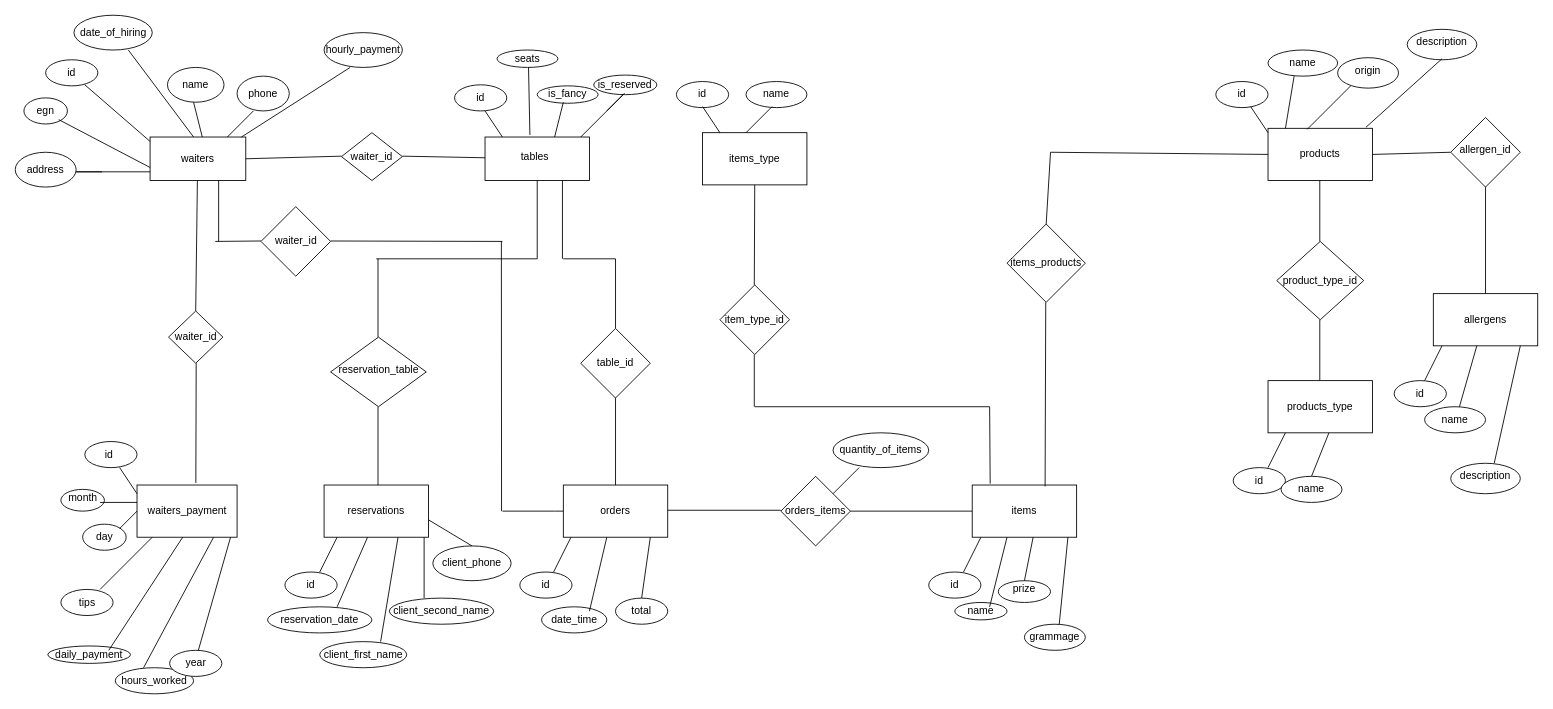
v-petrov/DBProject keeps this draw.io diagram as DBProject_ER.drawio. Above is the earlier version. Source tidied: cells renumbered, new cells numbered last; positions are measured from the earlier drawing's top-left corner, leaving out a move shared by most shapes. Both pictures are drawn from the tidied source at 87%, with x=0, y=0 at pixel (15, 15).
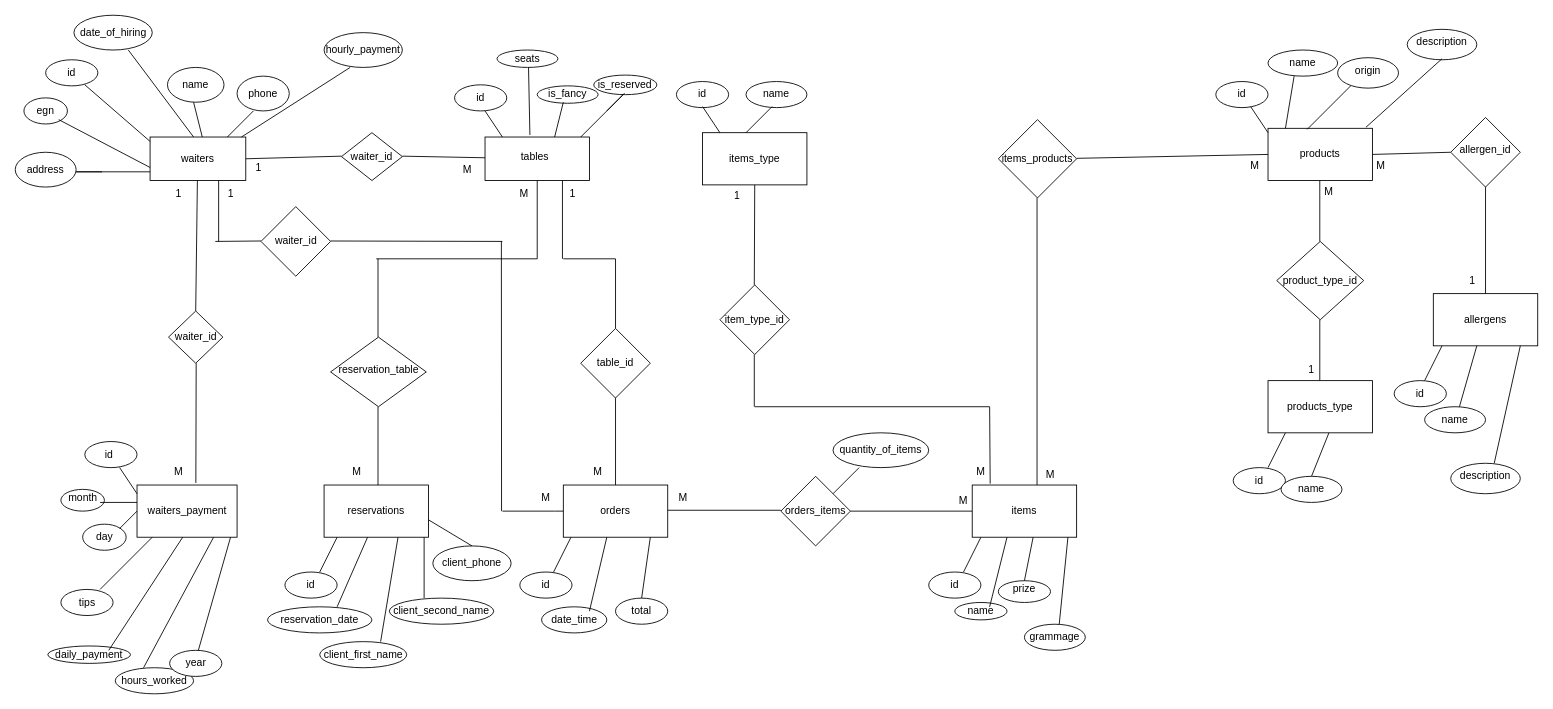
Above is the later version.

Unchanged cells that the change refers to:
```xml
<mxCell id="117" style="rounded=0;whiteSpace=wrap;html=1;" parent="1" vertex="1">
  <mxGeometry x="1100" y="540" width="120" height="60" as="geometry" />
</mxCell>
<mxCell id="152" style="rounded=0;whiteSpace=wrap;html=1;" parent="1" vertex="1">
  <mxGeometry x="1440" y="130" width="120" height="60" as="geometry" />
</mxCell>
```

Diff of the diagram source:
```diff
@@
     <mxCell id="154" style="rhombus;whiteSpace=wrap;html=1;" parent="1" vertex="1">
-      <mxGeometry x="1140" y="240" width="90" height="90" as="geometry" />
+      <mxGeometry x="1130" y="120" width="90" height="90" as="geometry" />
     </mxCell>
     <mxCell id="155" value="items_products" style="text;html=1;strokeColor=none;fillColor=none;align=center;verticalAlign=middle;whiteSpace=wrap;rounded=0;" parent="1" vertex="1">
-      <mxGeometry x="1155" y="270" width="60" height="30" as="geometry" />
+      <mxGeometry x="1145" y="150" width="60" height="30" as="geometry" />
     </mxCell>
-    <mxCell id="156" style="endArrow=none;html=1;rounded=0;exitX=0.698;exitY=0.027;exitDx=0;exitDy=0;exitPerimeter=0;" parent="1" edge="1" source="117">
-      <mxGeometry relative="1" as="geometry">
-        <mxPoint x="1184.5" y="330" as="targetPoint" />
-      </mxGeometry>
-    </mxCell>
-    <mxCell id="157" style="endArrow=none;html=1;rounded=0;exitX=0.5;exitY=0;exitDx=0;exitDy=0;" parent="1" edge="1" source="154">
-      <mxGeometry relative="1" as="geometry">
-        <mxPoint x="1190" y="157.5" as="targetPoint" />
-      </mxGeometry>
-    </mxCell>
-    <mxCell id="158" style="endArrow=none;html=1;rounded=0;entryX=0;entryY=0.5;entryDx=0;entryDy=0;" parent="1" edge="1" target="152">
-      <mxGeometry relative="1" as="geometry">
-        <mxPoint x="1190" y="157.5" as="sourcePoint" />
-      </mxGeometry>
-    </mxCell>
@@
+    <mxCell id="199" value="1" style="text;html=1;strokeColor=none;fillColor=none;align=center;verticalAlign=middle;whiteSpace=wrap;rounded=0;" parent="1" vertex="1">
+      <mxGeometry x="157.5" y="190" width="60" height="30" as="geometry" />
+    </mxCell>
+    <mxCell id="200" value="M" style="text;html=1;strokeColor=none;fillColor=none;align=center;verticalAlign=middle;whiteSpace=wrap;rounded=0;" parent="1" vertex="1">
+      <mxGeometry x="157.5" y="510" width="60" height="30" as="geometry" />
+    </mxCell>
+    <mxCell id="201" value="1" style="text;html=1;strokeColor=none;fillColor=none;align=center;verticalAlign=middle;whiteSpace=wrap;rounded=0;" parent="1" vertex="1">
+      <mxGeometry x="1645" y="290" width="60" height="30" as="geometry" />
+    </mxCell>
+    <mxCell id="202" value="M" style="text;html=1;strokeColor=none;fillColor=none;align=center;verticalAlign=middle;whiteSpace=wrap;rounded=0;" parent="1" vertex="1">
+      <mxGeometry x="1540" y="157.5" width="60" height="30" as="geometry" />
+    </mxCell>
+    <mxCell id="203" value="1" style="text;html=1;strokeColor=none;fillColor=none;align=center;verticalAlign=middle;whiteSpace=wrap;rounded=0;" parent="1" vertex="1">
+      <mxGeometry x="250" y="160" width="60" height="30" as="geometry" />
+    </mxCell>
+    <mxCell id="204" value="M" style="text;html=1;strokeColor=none;fillColor=none;align=center;verticalAlign=middle;whiteSpace=wrap;rounded=0;" parent="1" vertex="1">
+      <mxGeometry x="490" y="162.5" width="60" height="30" as="geometry" />
+    </mxCell>
+    <mxCell id="205" value="1" style="text;html=1;strokeColor=none;fillColor=none;align=center;verticalAlign=middle;whiteSpace=wrap;rounded=0;" parent="1" vertex="1">
+      <mxGeometry x="217.5" y="190" width="60" height="30" as="geometry" />
+    </mxCell>
+    <mxCell id="206" value="M" style="text;html=1;strokeColor=none;fillColor=none;align=center;verticalAlign=middle;whiteSpace=wrap;rounded=0;" parent="1" vertex="1">
+      <mxGeometry x="580" y="540" width="60" height="30" as="geometry" />
+    </mxCell>
+    <mxCell id="207" value="M" style="text;html=1;strokeColor=none;fillColor=none;align=center;verticalAlign=middle;whiteSpace=wrap;rounded=0;" parent="1" vertex="1">
+      <mxGeometry x="362.5" y="510" width="60" height="30" as="geometry" />
+    </mxCell>
+    <mxCell id="208" value="M" style="text;html=1;strokeColor=none;fillColor=none;align=center;verticalAlign=middle;whiteSpace=wrap;rounded=0;" parent="1" vertex="1">
+      <mxGeometry x="555" y="190" width="60" height="30" as="geometry" />
+    </mxCell>
+    <mxCell id="209" value="1" style="text;html=1;strokeColor=none;fillColor=none;align=center;verticalAlign=middle;whiteSpace=wrap;rounded=0;" parent="1" vertex="1">
+      <mxGeometry x="611.2" y="190" width="60" height="30" as="geometry" />
+    </mxCell>
+    <mxCell id="210" value="M" style="text;html=1;strokeColor=none;fillColor=none;align=center;verticalAlign=middle;whiteSpace=wrap;rounded=0;" parent="1" vertex="1">
+      <mxGeometry x="640" y="510" width="60" height="30" as="geometry" />
+    </mxCell>
+    <mxCell id="211" value="1" style="text;html=1;strokeColor=none;fillColor=none;align=center;verticalAlign=middle;whiteSpace=wrap;rounded=0;" parent="1" vertex="1">
+      <mxGeometry x="800" y="192.5" width="60" height="30" as="geometry" />
+    </mxCell>
+    <mxCell id="212" value="M" style="text;html=1;strokeColor=none;fillColor=none;align=center;verticalAlign=middle;whiteSpace=wrap;rounded=0;" parent="1" vertex="1">
+      <mxGeometry x="1080" y="510" width="60" height="30" as="geometry" />
+    </mxCell>
+    <mxCell id="213" value="M" style="text;html=1;strokeColor=none;fillColor=none;align=center;verticalAlign=middle;whiteSpace=wrap;rounded=0;" parent="1" vertex="1">
+      <mxGeometry x="737.5" y="540" width="60" height="30" as="geometry" />
+    </mxCell>
+    <mxCell id="214" value="M" style="text;html=1;strokeColor=none;fillColor=none;align=center;verticalAlign=middle;whiteSpace=wrap;rounded=0;" parent="1" vertex="1">
+      <mxGeometry x="1060" y="542.5" width="60" height="30" as="geometry" />
+    </mxCell>
+    <mxCell id="215" style="endArrow=none;html=1;rounded=0;exitX=0.621;exitY=0;exitDx=0;exitDy=0;exitPerimeter=0;" parent="1" edge="1" source="117">
+      <mxGeometry relative="1" as="geometry">
+        <mxPoint x="1174.5" y="210" as="targetPoint" />
+      </mxGeometry>
+    </mxCell>
+    <mxCell id="216" style="endArrow=none;html=1;rounded=0;entryX=0;entryY=0.5;entryDx=0;entryDy=0;" parent="1" edge="1" target="152">
+      <mxGeometry relative="1" as="geometry">
+        <mxPoint x="1220" y="164.5" as="sourcePoint" />
+      </mxGeometry>
+    </mxCell>
+    <mxCell id="217" value="M" style="text;html=1;strokeColor=none;fillColor=none;align=center;verticalAlign=middle;whiteSpace=wrap;rounded=0;" parent="1" vertex="1">
+      <mxGeometry x="1160" y="512.5" width="60" height="30" as="geometry" />
+    </mxCell>
+    <mxCell id="218" value="M" style="text;html=1;strokeColor=none;fillColor=none;align=center;verticalAlign=middle;whiteSpace=wrap;rounded=0;" parent="1" vertex="1">
+      <mxGeometry x="1395" y="157.5" width="60" height="30" as="geometry" />
+    </mxCell>
+    <mxCell id="219" value="1" style="text;html=1;strokeColor=none;fillColor=none;align=center;verticalAlign=middle;whiteSpace=wrap;rounded=0;" parent="1" vertex="1">
+      <mxGeometry x="1460" y="392.5" width="60" height="30" as="geometry" />
+    </mxCell>
+    <mxCell id="220" value="M" style="text;html=1;strokeColor=none;fillColor=none;align=center;verticalAlign=middle;whiteSpace=wrap;rounded=0;" parent="1" vertex="1">
+      <mxGeometry x="1480" y="187.5" width="60" height="30" as="geometry" />
+    </mxCell>
```
